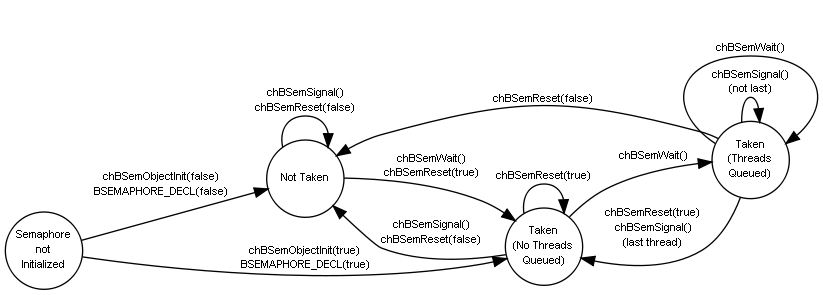
The Graphviz diagram book/bsem_states.png in ArduPilot/ChibiOS.svn, before a commit. Its source is kept beside it as book/bsem_states.dot.
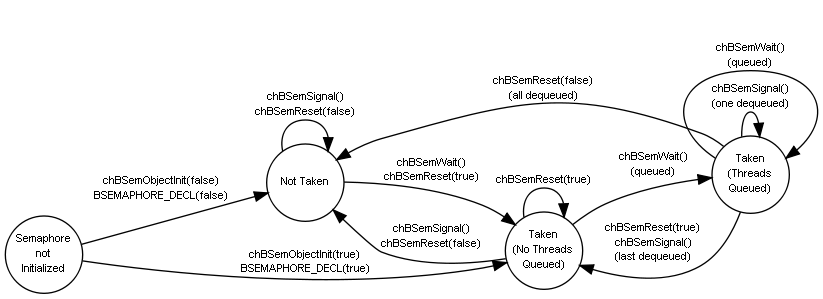
The same diagram one commit later.

Change to the diagram source:
```diff
@@ -13,12 +13,12 @@
     init -> ntaken [label="\nchBSemObjectInit(false)\nBSEMAPHORE_DECL(false)"];
     init -> taken [label="\nchBSemObjectInit(true)\nBSEMAPHORE_DECL(true)"];
     ntaken -> taken [label="\nchBSemWait()\nchBSemReset(true)"];
-    taken -> qtaken [label="\nchBSemWait()"];
-    qtaken -> qtaken [label="\nchBSemSignal()\n(not last)"];
-    qtaken -> qtaken [label="\nchBSemWait()"];
-    qtaken -> taken [label="\nchBSemReset(true)\nchBSemSignal()\n(last thread)"];
+    taken -> qtaken [label="\nchBSemWait()\n(queued)"];
+    qtaken -> qtaken [label="\nchBSemSignal()\n(one dequeued)"];
+    qtaken -> qtaken [label="\nchBSemWait()\n(queued)"];
+    qtaken -> taken [label="\nchBSemReset(true)\nchBSemSignal()\n(last dequeued)"];
     taken -> ntaken [label="\nchBSemSignal()\nchBSemReset(false)"];
     ntaken -> ntaken [label="\nchBSemSignal()\nchBSemReset(false)"];
-    qtaken -> ntaken [label="\nchBSemReset(false)"];
+    qtaken -> ntaken [label="\nchBSemReset(false)\n(all dequeued)"];
     taken -> taken [label="\nchBSemReset(true)"];
   }
```
